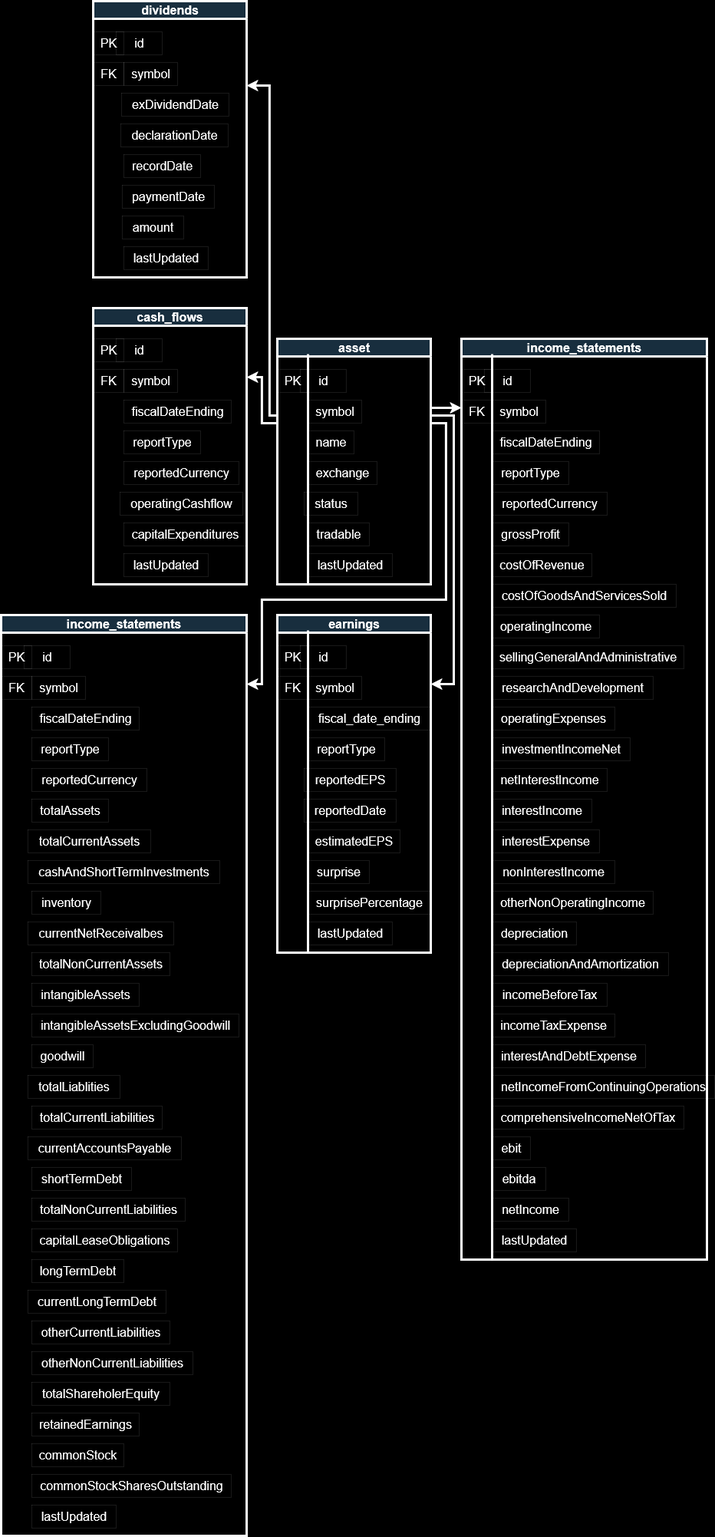
Earlier version of the draw.io export option-scanner/docs/OptionScanner.drawio.png (LarryDevinCarter/OptionScanner). Source tidied: cells renumbered, new cells last; positions are measured from the earlier drawing's top-left corner, leaving out a move shared by most shapes.
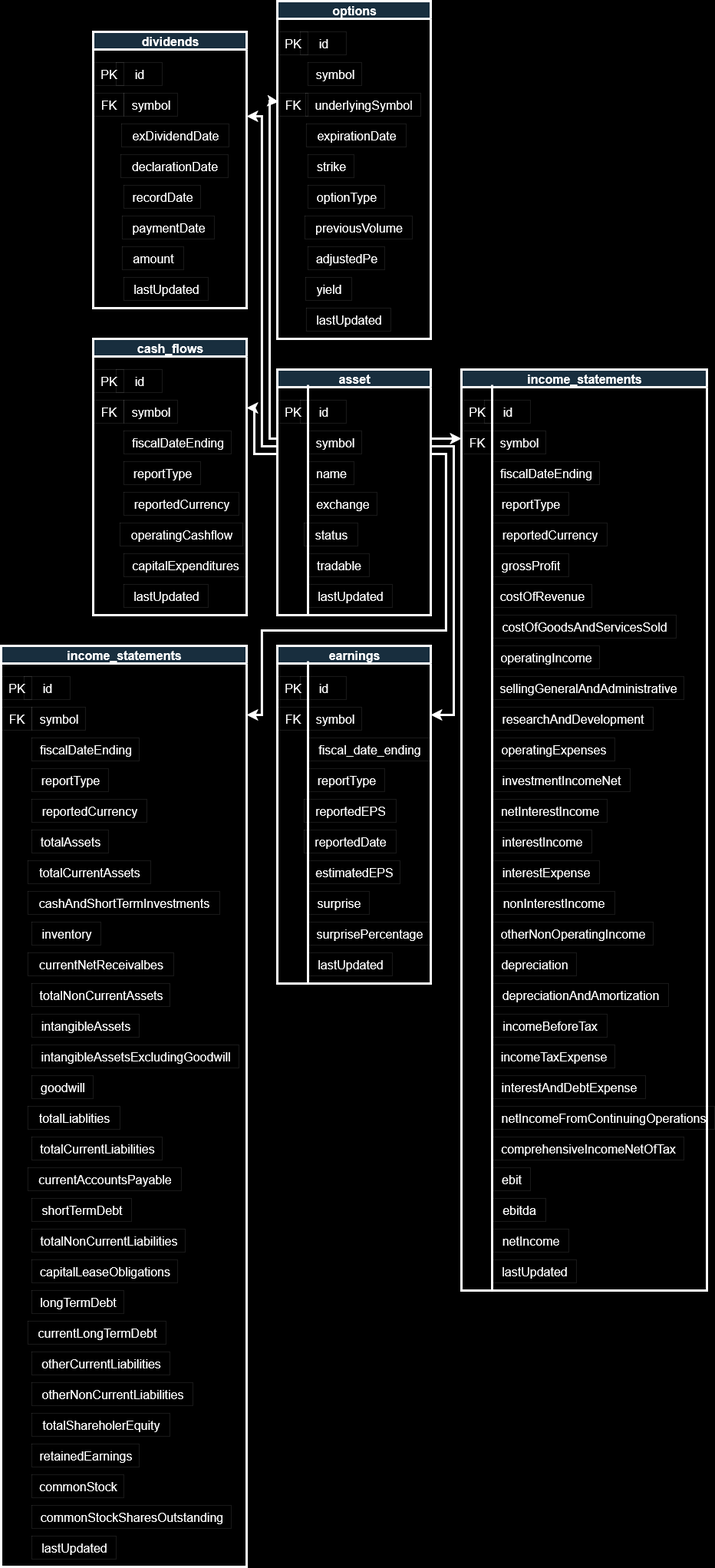
Later version of the same file.

Commit message:
finished adding options to db and nightly pull, fixed bug in genereated values for updating assets

Diff of the diagram source:
```diff
@@ -343,8 +343,8 @@
         <mxPoint x="360" y="550" as="sourcePoint" />
         <mxPoint x="320" y="490" as="targetPoint" />
         <Array as="points">
-          <mxPoint x="340" y="550" />
-          <mxPoint x="340" y="490" />
+          <mxPoint x="330" y="550" />
+          <mxPoint x="330" y="490" />
         </Array>
       </mxGeometry>
     </mxCell>
@@ -386,10 +386,58 @@
         <mxPoint x="360" y="540" as="sourcePoint" />
         <mxPoint x="320" y="110" as="targetPoint" />
         <Array as="points">
-          <mxPoint x="350" y="540" />
-          <mxPoint x="350" y="110" />
+          <mxPoint x="340" y="540" />
+          <mxPoint x="340" y="110" />
         </Array>
       </mxGeometry>
     </mxCell>
+    <mxCell id="118" value="options" style="swimlane;html=1;strokeColor=#FFFFFF;fontColor=#FFFFFF;fontSize=16;fillColor=#182E3E;strokeWidth=3;startSize=23;" parent="1" vertex="1">
+      <mxGeometry x="360" y="-40" width="200" height="440" as="geometry" />
+    </mxCell>
+    <mxCell id="119" value="PK " style="text;html=1;align=center;verticalAlign=middle;strokeColor=#FFFFFF;fontColor=#FFFFFF;fontSize=16;strokeWidth=0;" parent="118" vertex="1">
+      <mxGeometry y="40" width="40" height="30" as="geometry" />
+    </mxCell>
+    <mxCell id="120" value="id" style="text;html=1;align=center;verticalAlign=middle;rounded=0;strokeColor=#FFFFFF;fontColor=#FFFFFF;fontSize=16;strokeWidth=0;" parent="118" vertex="1">
+      <mxGeometry x="30" y="40" width="60" height="30" as="geometry" />
+    </mxCell>
+    <mxCell id="121" value="&lt;div&gt;symbol&lt;/div&gt;" style="text;html=1;align=center;verticalAlign=middle;strokeColor=#FFFFFF;fontColor=#FFFFFF;fontSize=16;strokeWidth=0;" parent="118" vertex="1">
+      <mxGeometry x="40" y="80" width="70" height="30" as="geometry" />
+    </mxCell>
+    <mxCell id="122" value="underlyingSymbol" style="text;html=1;align=center;verticalAlign=middle;strokeColor=#FFFFFF;fontColor=#FFFFFF;fontSize=16;strokeWidth=0;" parent="118" vertex="1">
+      <mxGeometry x="37" y="120" width="150" height="30" as="geometry" />
+    </mxCell>
+    <mxCell id="123" value="&lt;div&gt;strike&lt;/div&gt;" style="text;html=1;align=center;verticalAlign=middle;strokeColor=#FFFFFF;fontColor=#FFFFFF;fontSize=16;strokeWidth=0;" parent="118" vertex="1">
+      <mxGeometry x="40" y="200" width="60" height="30" as="geometry" />
+    </mxCell>
+    <mxCell id="124" value="&lt;div&gt;expirationDate&lt;/div&gt;" style="text;html=1;align=center;verticalAlign=middle;strokeColor=#FFFFFF;fontColor=#FFFFFF;fontSize=16;strokeWidth=0;" parent="118" vertex="1">
+      <mxGeometry x="38" y="160" width="130" height="30" as="geometry" />
+    </mxCell>
+    <mxCell id="125" value="optionType" style="text;html=1;align=center;verticalAlign=middle;strokeColor=#FFFFFF;fontColor=#FFFFFF;fontSize=16;strokeWidth=0;" parent="118" vertex="1">
+      <mxGeometry x="40" y="240" width="100" height="30" as="geometry" />
+    </mxCell>
+    <mxCell id="126" value="previousVolume" style="text;html=1;align=center;verticalAlign=middle;strokeColor=#FFFFFF;fontColor=#FFFFFF;fontSize=16;strokeWidth=0;" parent="118" vertex="1">
+      <mxGeometry x="36" y="280" width="140" height="30" as="geometry" />
+    </mxCell>
+    <mxCell id="127" value="FK" style="text;html=1;align=center;verticalAlign=middle;points=[];strokeColor=#FFFFFF;fontColor=#FFFFFF;fontSize=16;strokeWidth=0;" parent="118" vertex="1">
+      <mxGeometry y="120" width="40" height="30" as="geometry" />
+    </mxCell>
+    <mxCell id="128" value="adjustedPe" style="text;html=1;align=center;verticalAlign=middle;strokeColor=#FFFFFF;fontColor=#FFFFFF;fontSize=16;strokeWidth=0;" parent="118" vertex="1">
+      <mxGeometry x="40" y="320" width="100" height="30" as="geometry" />
+    </mxCell>
+    <mxCell id="129" value="yield" style="text;html=1;align=center;verticalAlign=middle;strokeColor=#FFFFFF;fontColor=#FFFFFF;fontSize=16;strokeWidth=0;" parent="118" vertex="1">
+      <mxGeometry x="37" y="360" width="60" height="30" as="geometry" />
+    </mxCell>
+    <mxCell id="130" value="lastUpdated" style="text;html=1;align=center;verticalAlign=middle;strokeColor=#FFFFFF;fontColor=#FFFFFF;fontSize=16;strokeWidth=0;" parent="118" vertex="1">
+      <mxGeometry x="38" y="400" width="110" height="30" as="geometry" />
+    </mxCell>
+    <mxCell id="131" style="endArrow=classic;html=1;rounded=0;strokeWidth=3;strokeColor=#FFFFFF;entryX=0.05;entryY=0.367;entryDx=0;entryDy=0;entryPerimeter=0;" parent="1" edge="1" target="127">
+      <mxGeometry relative="1" as="geometry">
+        <mxPoint x="360" y="530" as="sourcePoint" />
+        <Array as="points">
+          <mxPoint x="350" y="530" />
+          <mxPoint x="350" y="90" />
+        </Array>
+      </mxGeometry>
+    </mxCell>
   </root>
 </mxGraphModel>
```
